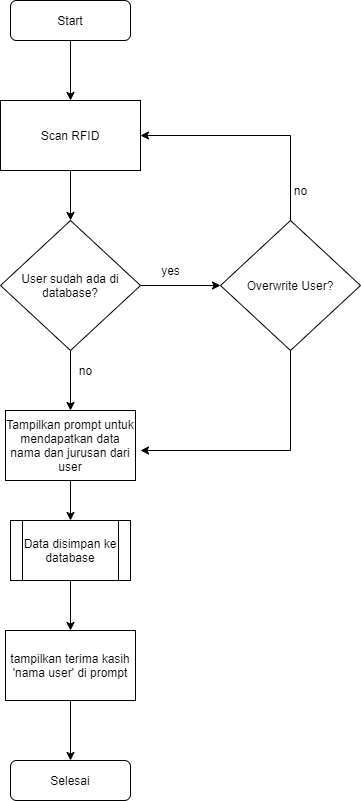
Earlier version of the draw.io export Sistem registrasi.png (dzulfiqaryusuf/rfid-sistemabsensi-ewallet). Source tidied: cells renumbered, new cells last; positions are measured from the earlier drawing's top-left corner, leaving out a move shared by most shapes. Its diagram source:
```xml
<mxGraphModel>
  <root>
    <mxCell id="0" />
    <mxCell id="1" parent="0" />
    <mxCell id="2" style="edgeStyle=orthogonalEdgeStyle;rounded=0;jettySize=auto;html=1;entryX=0.5;entryY=0;entryDx=0;entryDy=0;" parent="1" edge="1" source="3" target="5">
      <mxGeometry relative="1" as="geometry" />
    </mxCell>
    <mxCell id="3" value="Start" style="rounded=1;whiteSpace=wrap;html=1;fontSize=12;glass=0;strokeWidth=1;shadow=0;" parent="1" vertex="1">
      <mxGeometry x="10" width="120" height="40" as="geometry" />
    </mxCell>
    <mxCell id="4" style="edgeStyle=orthogonalEdgeStyle;rounded=0;jettySize=auto;html=1;entryX=0.5;entryY=0;entryDx=0;entryDy=0;" parent="1" edge="1" source="5" target="8">
      <mxGeometry relative="1" as="geometry" />
    </mxCell>
    <mxCell id="5" value="Scan RFID" style="rounded=0;whiteSpace=wrap;html=1;" parent="1" vertex="1">
      <mxGeometry y="100" width="140" height="70" as="geometry" />
    </mxCell>
    <mxCell id="6" style="edgeStyle=orthogonalEdgeStyle;rounded=0;jettySize=auto;html=1;entryX=0.5;entryY=0;entryDx=0;entryDy=0;" parent="1" edge="1" source="8" target="10">
      <mxGeometry relative="1" as="geometry" />
    </mxCell>
    <mxCell id="7" style="edgeStyle=orthogonalEdgeStyle;rounded=0;jettySize=auto;html=1;entryX=0;entryY=0.5;entryDx=0;entryDy=0;" parent="1" edge="1" source="8" target="13">
      <mxGeometry relative="1" as="geometry" />
    </mxCell>
    <mxCell id="8" value="User sudah ada di database?" style="rhombus;whiteSpace=wrap;html=1;" parent="1" vertex="1">
      <mxGeometry y="220" width="140" height="130" as="geometry" />
    </mxCell>
    <mxCell id="9" style="edgeStyle=orthogonalEdgeStyle;rounded=0;jettySize=auto;html=1;" parent="1" edge="1" source="10">
      <mxGeometry relative="1" as="geometry">
        <mxPoint x="70" y="520" as="targetPoint" />
      </mxGeometry>
    </mxCell>
    <mxCell id="10" value="Tampilkan prompt untuk mendapatkan data nama dan jurusan dari user" style="rounded=0;whiteSpace=wrap;html=1;" parent="1" vertex="1">
      <mxGeometry x="5" y="410" width="130" height="70" as="geometry" />
    </mxCell>
    <mxCell id="11" style="edgeStyle=orthogonalEdgeStyle;rounded=0;jettySize=auto;html=1;entryX=1;entryY=0.5;entryDx=0;entryDy=0;" parent="1" edge="1" source="13" target="5">
      <mxGeometry relative="1" as="geometry">
        <Array as="points">
          <mxPoint x="290" y="135" />
        </Array>
      </mxGeometry>
    </mxCell>
    <mxCell id="12" style="edgeStyle=orthogonalEdgeStyle;rounded=0;jettySize=auto;html=1;" parent="1" edge="1" source="13">
      <mxGeometry relative="1" as="geometry">
        <mxPoint x="140" y="450" as="targetPoint" />
        <Array as="points">
          <mxPoint x="290" y="450" />
        </Array>
      </mxGeometry>
    </mxCell>
    <mxCell id="13" value="Overwrite User?" style="rhombus;whiteSpace=wrap;html=1;" parent="1" vertex="1">
      <mxGeometry x="220" y="220" width="140" height="130" as="geometry" />
    </mxCell>
    <mxCell id="14" value="yes" style="text;html=1;align=center;verticalAlign=middle;" parent="1" vertex="1">
      <mxGeometry x="155" y="260" width="30" height="20" as="geometry" />
    </mxCell>
    <mxCell id="15" value="no" style="text;html=1;align=center;verticalAlign=middle;" parent="1" vertex="1">
      <mxGeometry x="285" y="180" width="30" height="20" as="geometry" />
    </mxCell>
    <mxCell id="16" value="no" style="text;html=1;align=center;verticalAlign=middle;" parent="1" vertex="1">
      <mxGeometry x="70" y="360" width="30" height="20" as="geometry" />
    </mxCell>
    <mxCell id="17" style="edgeStyle=orthogonalEdgeStyle;rounded=0;jettySize=auto;html=1;entryX=0.5;entryY=0;entryDx=0;entryDy=0;" parent="1" edge="1" source="18" target="20">
      <mxGeometry relative="1" as="geometry" />
    </mxCell>
    <mxCell id="18" value="Data disimpan ke database" style="shape=process;whiteSpace=wrap;html=1;backgroundOutline=1;" parent="1" vertex="1">
      <mxGeometry x="10" y="520" width="120" height="60" as="geometry" />
    </mxCell>
    <mxCell id="19" style="edgeStyle=orthogonalEdgeStyle;rounded=0;jettySize=auto;html=1;entryX=0.5;entryY=0;entryDx=0;entryDy=0;" parent="1" edge="1" source="20" target="21">
      <mxGeometry relative="1" as="geometry" />
    </mxCell>
    <mxCell id="20" value="tampilkan terima kasih 'nama user' di prompt" style="rounded=0;whiteSpace=wrap;html=1;" parent="1" vertex="1">
      <mxGeometry x="5" y="630" width="130" height="70" as="geometry" />
    </mxCell>
    <mxCell id="21" value="Selesai" style="rounded=1;whiteSpace=wrap;html=1;fontSize=12;glass=0;strokeWidth=1;shadow=0;" parent="1" vertex="1">
      <mxGeometry x="10" y="760" width="120" height="40" as="geometry" />
    </mxCell>
  </root>
</mxGraphModel>
```
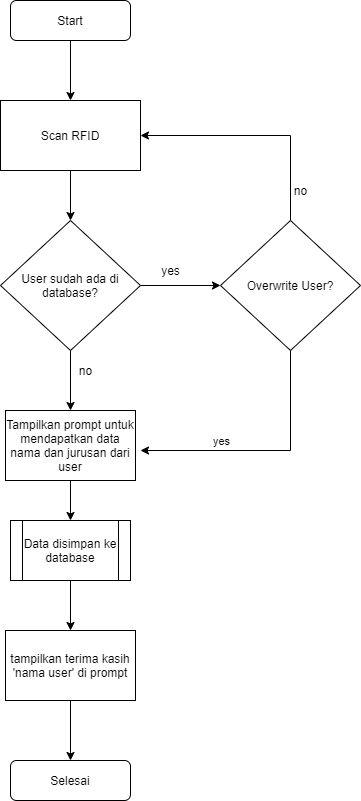
After the commit.

What changed in the source:
```diff
@@ -46,6 +46,11 @@
         </Array>
       </mxGeometry>
     </mxCell>
+    <mxCell id="22" value="yes" style="edgeLabel;html=1;align=center;verticalAlign=middle;" parent="12" vertex="1">
+      <mxGeometry x="0.26" y="-4" relative="1" as="geometry">
+        <mxPoint x="-13" y="-6" as="offset" />
+      </mxGeometry>
+    </mxCell>
     <mxCell id="13" value="Overwrite User?" style="rhombus;whiteSpace=wrap;html=1;" parent="1" vertex="1">
       <mxGeometry x="220" y="220" width="140" height="130" as="geometry" />
     </mxCell>
```
